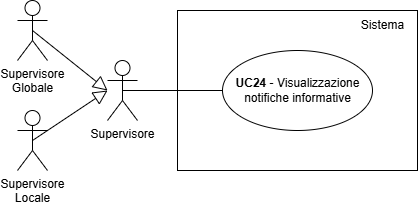
Earlier version of the draw.io export documents/rtb/assets/UC24.png (teamcodealchemists/docs). Source tidied: cells renumbered, new cells last; positions are measured from the earlier drawing's top-left corner, leaving out a move shared by most shapes. The source it was exported from:
```xml
<mxGraphModel>
  <root>
    <mxCell id="0" />
    <mxCell id="1" parent="0" />
    <mxCell id="2" style="rounded=0;whiteSpace=wrap;html=1;" parent="1" vertex="1">
      <mxGeometry x="160" y="10" width="240" height="160" as="geometry" />
    </mxCell>
    <mxCell id="3" value="Sistema" style="text;html=1;align=center;verticalAlign=middle;strokeColor=none;fillColor=none;" parent="1" vertex="1">
      <mxGeometry x="330" y="10" width="70" height="30" as="geometry" />
    </mxCell>
    <mxCell id="4" style="ellipse;whiteSpace=wrap;html=1;fontStyle=1;" parent="1" vertex="1">
      <mxGeometry x="205" y="50" width="150" height="80" as="geometry" />
    </mxCell>
    <mxCell id="5" value="&lt;b&gt;UC24&amp;nbsp;&lt;/b&gt;- Visualizzazione&lt;div&gt;notifiche informative&lt;/div&gt;" style="text;html=1;align=center;verticalAlign=middle;strokeColor=none;fillColor=none;" parent="1" vertex="1">
      <mxGeometry x="205" y="70" width="150" height="40" as="geometry" />
    </mxCell>
    <mxCell id="6" style="endArrow=none;html=1;rounded=0;entryX=0;entryY=0.5;entryDx=0;entryDy=0;exitX=0.5;exitY=0.5;exitDx=0;exitDy=0;exitPerimeter=0;" parent="1" edge="1" source="7" target="4">
      <mxGeometry relative="1" as="geometry" />
    </mxCell>
    <mxCell id="7" value="Supervisore" style="shape=umlActor;verticalLabelPosition=bottom;verticalAlign=top;html=1;outlineConnect=0;" parent="1" vertex="1">
      <mxGeometry x="90" y="60" width="30" height="60" as="geometry" />
    </mxCell>
    <mxCell id="8" value="Supervisore&lt;div&gt;Globale&lt;/div&gt;" style="shape=umlActor;verticalLabelPosition=bottom;verticalAlign=top;html=1;outlineConnect=0;" parent="1" vertex="1">
      <mxGeometry width="30" height="60" as="geometry" />
    </mxCell>
    <mxCell id="9" value="Supervisore&lt;div&gt;Locale&lt;/div&gt;" style="shape=umlActor;verticalLabelPosition=bottom;verticalAlign=top;html=1;outlineConnect=0;" parent="1" vertex="1">
      <mxGeometry y="110" width="30" height="60" as="geometry" />
    </mxCell>
    <mxCell id="10" style="endArrow=block;html=1;rounded=0;exitX=0.5;exitY=0.5;exitDx=0;exitDy=0;exitPerimeter=0;endFill=0;endSize=12;" parent="1" edge="1" source="8">
      <mxGeometry relative="1" as="geometry">
        <mxPoint x="90" y="90" as="targetPoint" />
      </mxGeometry>
    </mxCell>
    <mxCell id="11" style="endArrow=block;html=1;rounded=0;exitX=0.5;exitY=0.5;exitDx=0;exitDy=0;exitPerimeter=0;endFill=0;endSize=12;" parent="1" edge="1" source="9">
      <mxGeometry relative="1" as="geometry">
        <mxPoint x="90" y="90" as="targetPoint" />
      </mxGeometry>
    </mxCell>
  </root>
</mxGraphModel>
```
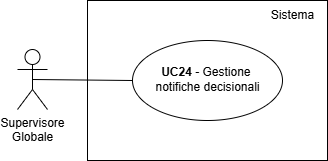
After the commit.

Diff of the diagram source:
```diff
@@ -1,40 +1,24 @@
 <mxGraphModel>
   <root>
-    <mxCell id="0" />
-    <mxCell id="1" parent="0" />
-    <mxCell id="2" style="rounded=0;whiteSpace=wrap;html=1;" parent="1" vertex="1">
-      <mxGeometry x="160" y="10" width="240" height="160" as="geometry" />
-    </mxCell>
+    <mxCell id="12" />
+    <mxCell id="13" parent="12" />
+    <mxCell id="8" value="Supervisore&lt;div&gt;Globale&lt;/div&gt;" style="shape=umlActor;verticalLabelPosition=bottom;verticalAlign=top;html=1;outlineConnect=0;" parent="13" vertex="1">
+      <mxGeometry x="10" y="19" width="30" height="60" as="geometry" />
+    </mxCell>
+    <mxCell id="14" style="rounded=0;whiteSpace=wrap;html=1;" parent="13" vertex="1">
+      <mxGeometry x="80" y="-30" width="240" height="160" as="geometry" />
+    </mxCell>
+    <mxCell id="15" style="ellipse;whiteSpace=wrap;html=1;fontStyle=1;" parent="13" vertex="1">
+      <mxGeometry x="125" y="10" width="150" height="80" as="geometry" />
+    </mxCell>
+    <mxCell id="16" value="&lt;b&gt;UC24&amp;nbsp;&lt;/b&gt;- Gestione&amp;nbsp;&lt;div&gt;notifiche decisionali&lt;/div&gt;" style="text;html=1;align=center;verticalAlign=middle;strokeColor=none;fillColor=none;" parent="13" vertex="1">
+      <mxGeometry x="135" y="29" width="130" height="40" as="geometry" />
+    </mxCell>
+    <mxCell id="17" style="endArrow=none;html=1;rounded=0;entryX=0;entryY=0.5;entryDx=0;entryDy=0;exitX=0.5;exitY=0.5;exitDx=0;exitDy=0;exitPerimeter=0;" parent="13" edge="1" source="8" target="15">
+      <mxGeometry relative="1" as="geometry" />
+    </mxCell>
-    <mxCell id="3" value="Sistema" style="text;html=1;align=center;verticalAlign=middle;strokeColor=none;fillColor=none;" parent="1" vertex="1">
-      <mxGeometry x="330" y="10" width="70" height="30" as="geometry" />
+    <mxCell id="3" value="Sistema" style="text;html=1;align=center;verticalAlign=middle;strokeColor=none;fillColor=none;" parent="13" vertex="1">
+      <mxGeometry x="250" y="-30" width="70" height="30" as="geometry" />
     </mxCell>
-    <mxCell id="4" style="ellipse;whiteSpace=wrap;html=1;fontStyle=1;" parent="1" vertex="1">
-      <mxGeometry x="205" y="50" width="150" height="80" as="geometry" />
-    </mxCell>
-    <mxCell id="5" value="&lt;b&gt;UC24&amp;nbsp;&lt;/b&gt;- Visualizzazione&lt;div&gt;notifiche informative&lt;/div&gt;" style="text;html=1;align=center;verticalAlign=middle;strokeColor=none;fillColor=none;" parent="1" vertex="1">
-      <mxGeometry x="205" y="70" width="150" height="40" as="geometry" />
-    </mxCell>
-    <mxCell id="6" style="endArrow=none;html=1;rounded=0;entryX=0;entryY=0.5;entryDx=0;entryDy=0;exitX=0.5;exitY=0.5;exitDx=0;exitDy=0;exitPerimeter=0;" parent="1" edge="1" source="7" target="4">
-      <mxGeometry relative="1" as="geometry" />
-    </mxCell>
-    <mxCell id="7" value="Supervisore" style="shape=umlActor;verticalLabelPosition=bottom;verticalAlign=top;html=1;outlineConnect=0;" parent="1" vertex="1">
-      <mxGeometry x="90" y="60" width="30" height="60" as="geometry" />
-    </mxCell>
-    <mxCell id="8" value="Supervisore&lt;div&gt;Globale&lt;/div&gt;" style="shape=umlActor;verticalLabelPosition=bottom;verticalAlign=top;html=1;outlineConnect=0;" parent="1" vertex="1">
-      <mxGeometry width="30" height="60" as="geometry" />
-    </mxCell>
-    <mxCell id="9" value="Supervisore&lt;div&gt;Locale&lt;/div&gt;" style="shape=umlActor;verticalLabelPosition=bottom;verticalAlign=top;html=1;outlineConnect=0;" parent="1" vertex="1">
-      <mxGeometry y="110" width="30" height="60" as="geometry" />
-    </mxCell>
-    <mxCell id="10" style="endArrow=block;html=1;rounded=0;exitX=0.5;exitY=0.5;exitDx=0;exitDy=0;exitPerimeter=0;endFill=0;endSize=12;" parent="1" edge="1" source="8">
-      <mxGeometry relative="1" as="geometry">
-        <mxPoint x="90" y="90" as="targetPoint" />
-      </mxGeometry>
-    </mxCell>
-    <mxCell id="11" style="endArrow=block;html=1;rounded=0;exitX=0.5;exitY=0.5;exitDx=0;exitDy=0;exitPerimeter=0;endFill=0;endSize=12;" parent="1" edge="1" source="9">
-      <mxGeometry relative="1" as="geometry">
-        <mxPoint x="90" y="90" as="targetPoint" />
-      </mxGeometry>
-    </mxCell>
   </root>
 </mxGraphModel>
```
